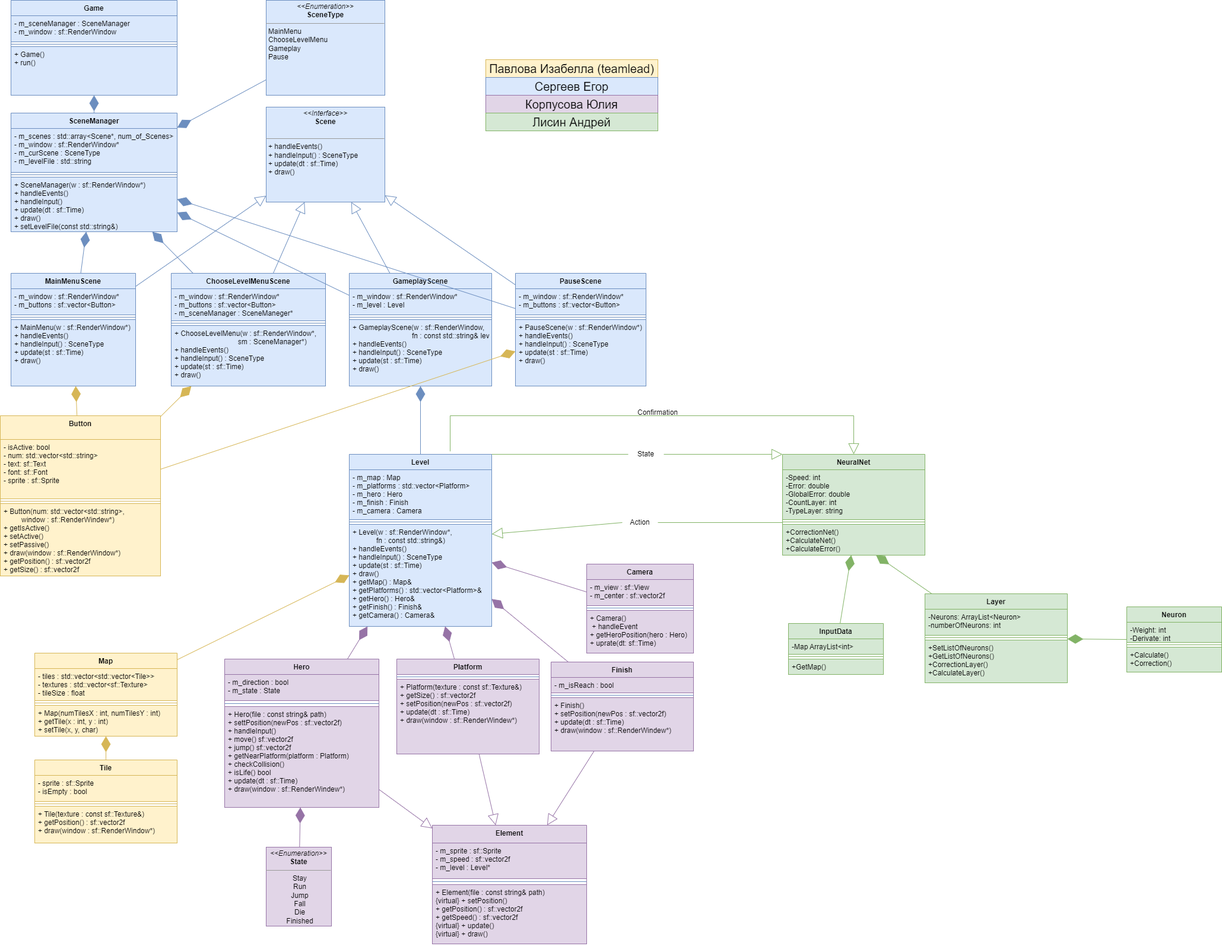
Earlier version of the draw.io export UML.png (julia-kv/AI-Takeover). Source tidied: cells renumbered, new cells last; positions are measured from the earlier drawing's top-left corner, leaving out a move shared by most shapes.
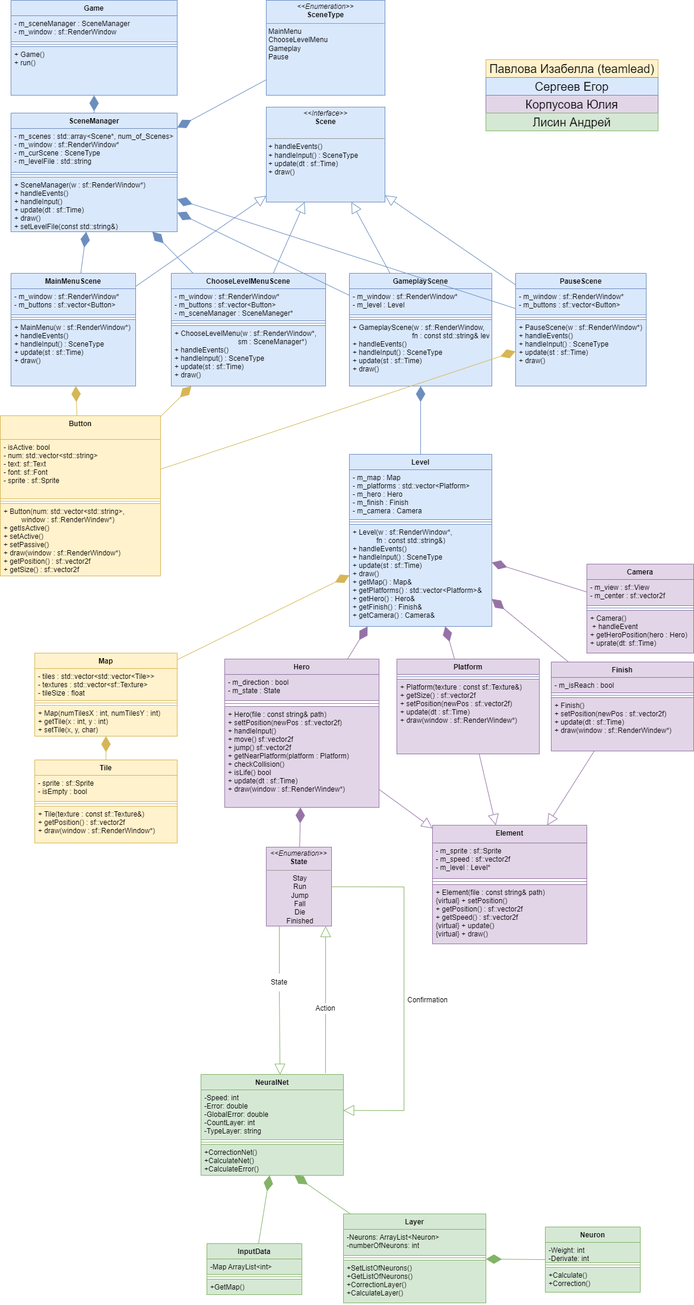
After the change.

Commit message:
Changed UML diagram

The edit, as a diff of the source:
```diff
@@ -249,7 +249,7 @@
       <mxGeometry relative="1" as="geometry" />
     </mxCell>
     <mxCell id="84" value="InputData&#10;" style="swimlane;fontStyle=1;align=center;verticalAlign=top;horizontal=1;startSize=26;fillColor=#d5e8d4;strokeColor=#82b366;" parent="1" vertex="1">
-      <mxGeometry x="1328" y="1050" width="160" height="86" as="geometry" />
+      <mxGeometry x="348" y="2095" width="160" height="86" as="geometry" />
     </mxCell>
     <mxCell id="85" value="-Map ArrayList&lt;int&gt;" style="text;strokeColor=#82b366;fillColor=#d5e8d4;align=left;verticalAlign=top;spacingLeft=4;spacingRight=4;overflow=hidden;" parent="84" vertex="1">
       <mxGeometry y="26" width="160" height="26" as="geometry" />
@@ -260,13 +260,13 @@
     <mxCell id="87" value="+GetMap()" style="text;strokeColor=#82b366;fillColor=#d5e8d4;align=left;verticalAlign=top;spacingLeft=4;spacingRight=4;overflow=hidden;" parent="84" vertex="1">
       <mxGeometry y="60" width="160" height="26" as="geometry" />
     </mxCell>
-    <mxCell id="88" style="endArrow=block;endSize=16;endFill=0;html=1;rounded=0;fillColor=#d5e8d4;strokeColor=#82b366;startArrow=none;" parent="1" edge="1" target="33">
+    <mxCell id="88" style="endArrow=block;endSize=16;endFill=0;html=1;rounded=0;fillColor=#d5e8d4;strokeColor=#82b366;startArrow=none;exitX=0.5;exitY=0;exitDx=0;exitDy=0;" parent="1" edge="1" source="107">
       <mxGeometry relative="1" as="geometry">
-        <mxPoint x="1048" y="880" as="sourcePoint" />
+        <mxPoint x="548" y="1560" as="targetPoint" />
       </mxGeometry>
     </mxCell>
     <mxCell id="89" value="NeuralNet" style="swimlane;fontStyle=1;align=center;verticalAlign=top;horizontal=1;startSize=26;fillColor=#d5e8d4;strokeColor=#82b366;" parent="1" vertex="1">
-      <mxGeometry x="1318" y="765" width="240" height="170" as="geometry" />
+      <mxGeometry x="338" y="1810" width="240" height="170" as="geometry" />
     </mxCell>
     <mxCell id="90" value="-Speed: int&#10;-Error: double&#10;-GlobalError: double&#10;-CountLayer: int&#10;-TypeLayer: string&#10;&#10;" style="text;strokeColor=#82b366;fillColor=#d5e8d4;align=left;verticalAlign=top;spacingLeft=4;spacingRight=4;overflow=hidden;points=[[0,0.5],[1,0.5]];portConstraint=eastwest;" parent="89" vertex="1">
       <mxGeometry y="26" width="240" height="84" as="geometry" />
@@ -278,7 +278,7 @@
       <mxGeometry y="118" width="240" height="52" as="geometry" />
     </mxCell>
     <mxCell id="93" value="Layer" style="swimlane;fontStyle=1;align=center;verticalAlign=top;horizontal=1;startSize=26;fillColor=#d5e8d4;strokeColor=#82b366;" parent="1" vertex="1">
-      <mxGeometry x="1558" y="1000" width="240" height="150" as="geometry" />
+      <mxGeometry x="578" y="2045" width="240" height="150" as="geometry" />
     </mxCell>
     <mxCell id="94" value="-Neurons: ArrayList&lt;Neuron&gt;&#10;-numberOfNeurons: int " style="text;strokeColor=#82b366;fillColor=#d5e8d4;align=left;verticalAlign=top;spacingLeft=4;spacingRight=4;overflow=hidden;" parent="93" vertex="1">
       <mxGeometry y="26" width="240" height="44" as="geometry" />
@@ -299,7 +299,7 @@
       <mxGeometry relative="1" as="geometry" />
     </mxCell>
     <mxCell id="100" value="Neuron" style="swimlane;fontStyle=1;align=center;verticalAlign=top;horizontal=1;startSize=26;fillColor=#d5e8d4;strokeColor=#82b366;" parent="1" vertex="1">
-      <mxGeometry x="1898" y="1022" width="160" height="110" as="geometry" />
+      <mxGeometry x="918" y="2067" width="160" height="110" as="geometry" />
     </mxCell>
     <mxCell id="101" value="-Weight: int&#10;-Derivate: int&#10;&#10;" style="text;strokeColor=#82b366;fillColor=#d5e8d4;align=left;verticalAlign=top;spacingLeft=4;spacingRight=4;overflow=hidden;" parent="100" vertex="1">
       <mxGeometry y="26" width="160" height="34" as="geometry" />
@@ -310,33 +310,30 @@
     <mxCell id="103" value="+Calculate()&#10;+Correction()&#10;" style="text;strokeColor=#82b366;fillColor=#d5e8d4;align=left;verticalAlign=top;spacingLeft=4;spacingRight=4;overflow=hidden;" parent="100" vertex="1">
       <mxGeometry y="68" width="160" height="42" as="geometry" />
     </mxCell>
-    <mxCell id="104" style="endArrow=block;endSize=16;endFill=0;html=1;rounded=0;fillColor=#d5e8d4;strokeColor=#82b366;entryX=0;entryY=0;entryDx=0;entryDy=0;exitX=1;exitY=0.5;exitDx=0;exitDy=0;startArrow=none;" parent="1" edge="1" source="109" target="89">
+    <mxCell id="104" style="endArrow=block;endSize=16;endFill=0;html=1;rounded=0;fillColor=#d5e8d4;strokeColor=#82b366;entryX=0.555;entryY=0.003;entryDx=0;entryDy=0;startArrow=none;exitX=0.5;exitY=1;exitDx=0;exitDy=0;entryPerimeter=0;" parent="1" edge="1" source="109" target="89">
       <mxGeometry relative="1" as="geometry" />
     </mxCell>
-    <mxCell id="105" style="endArrow=block;endSize=16;endFill=0;html=1;rounded=0;fillColor=#d5e8d4;strokeColor=#82b366;entryX=0.5;entryY=0;entryDx=0;entryDy=0;" parent="1" edge="1" target="89">
+    <mxCell id="105" style="endArrow=block;endSize=16;endFill=0;html=1;rounded=0;fillColor=#d5e8d4;strokeColor=#82b366;entryX=0.998;entryY=0.412;entryDx=0;entryDy=0;entryPerimeter=0;" parent="1" edge="1" source="61" target="90">
       <mxGeometry relative="1" as="geometry">
-        <mxPoint x="758" y="760" as="sourcePoint" />
         <Array as="points">
-          <mxPoint x="758" y="700" />
-          <mxPoint x="1438" y="700" />
+          <mxPoint x="680" y="1494" />
+          <mxPoint x="680" y="1871" />
         </Array>
       </mxGeometry>
     </mxCell>
     <mxCell id="106" value="Confirmation" style="text;html=1;strokeColor=none;fillColor=none;align=center;verticalAlign=middle;whiteSpace=wrap;rounded=0;" parent="1" vertex="1">
-      <mxGeometry x="1078" y="680" width="60" height="30" as="geometry" />
+      <mxGeometry x="690" y="1670" width="60" height="30" as="geometry" />
     </mxCell>
     <mxCell id="107" value="Action" style="text;html=1;strokeColor=none;fillColor=none;align=center;verticalAlign=middle;whiteSpace=wrap;rounded=0;" parent="1" vertex="1">
-      <mxGeometry x="1048" y="871" width="60" height="18" as="geometry" />
+      <mxGeometry x="518" y="1690" width="60" height="18" as="geometry" />
     </mxCell>
-    <mxCell id="108" style="endArrow=none;endSize=16;endFill=0;html=1;rounded=0;fillColor=#d5e8d4;strokeColor=#82b366;entryX=1;entryY=0.5;entryDx=0;entryDy=0;" parent="1" edge="1" target="107">
-      <mxGeometry relative="1" as="geometry">
-        <mxPoint x="1318" y="880" as="sourcePoint" />
-      </mxGeometry>
+    <mxCell id="108" style="endArrow=none;endSize=16;endFill=0;html=1;rounded=0;fillColor=#d5e8d4;strokeColor=#82b366;exitX=0.874;exitY=-0.013;exitDx=0;exitDy=0;exitPerimeter=0;" parent="1" edge="1" source="89" target="107">
+      <mxGeometry relative="1" as="geometry" />
     </mxCell>
     <mxCell id="109" value="State" style="text;html=1;strokeColor=none;fillColor=none;align=center;verticalAlign=middle;whiteSpace=wrap;rounded=0;" parent="1" vertex="1">
-      <mxGeometry x="1058" y="750" width="60" height="30" as="geometry" />
+      <mxGeometry x="440" y="1640" width="60" height="30" as="geometry" />
     </mxCell>
-    <mxCell id="110" style="endArrow=none;endSize=16;endFill=0;html=1;rounded=0;fillColor=#d5e8d4;strokeColor=#82b366;entryX=0;entryY=0.5;entryDx=0;entryDy=0;exitX=1;exitY=0;exitDx=0;exitDy=0;" parent="1" edge="1" source="33" target="109">
+    <mxCell id="110" style="endArrow=none;endSize=16;endFill=0;html=1;rounded=0;fillColor=#d5e8d4;strokeColor=#82b366;exitX=0.2;exitY=1;exitDx=0;exitDy=0;exitPerimeter=0;entryX=0.5;entryY=0;entryDx=0;entryDy=0;" parent="1" edge="1" source="61" target="109">
       <mxGeometry relative="1" as="geometry" />
     </mxCell>
     <mxCell id="111" style="endArrow=diamondThin;endFill=1;endSize=24;html=1;rounded=0;fillColor=#dae8fc;strokeColor=#6c8ebf;" parent="1" edge="1" source="13" target="6">
```
